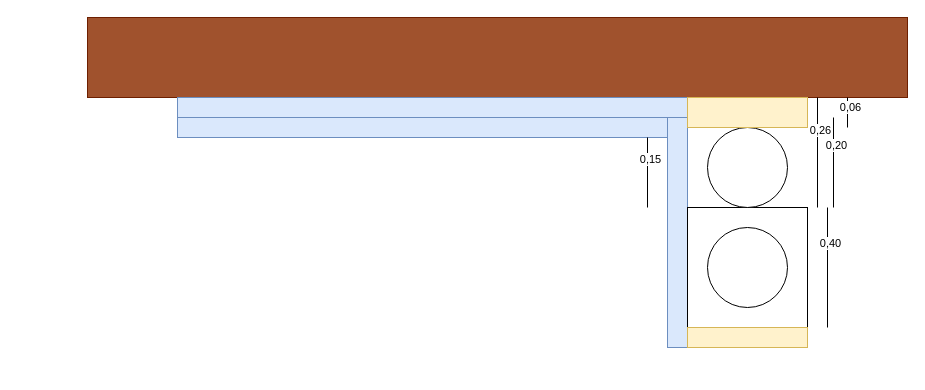
This is ofen.drawio from eddi0815/socket2, a draw.io file, before an edit. Source tidied: cells renumbered, new cells numbered last; positions are measured from the earlier drawing's top-left corner, leaving out a move shared by most shapes. Both pictures are drawn from the tidied source at 100%, with x=0, y=0 at pixel (87, 17).
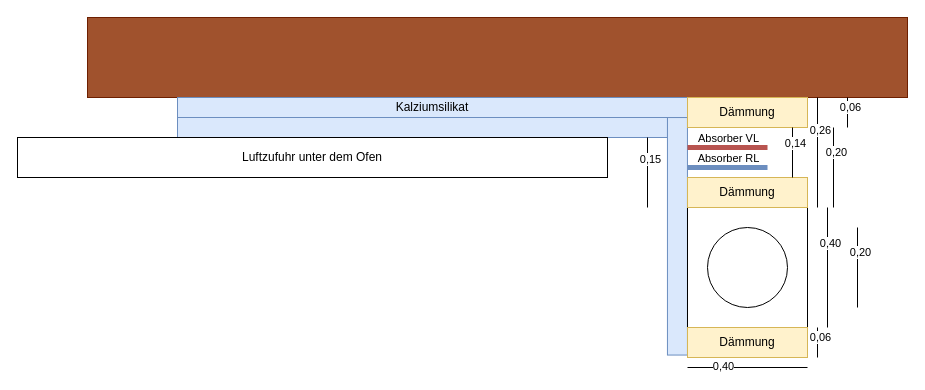
The same page after the edit.

Diff of the diagram source:
```diff
@@
-    <mxCell id="3" style="rounded=0;whiteSpace=wrap;html=1;fillColor=#dae8fc;strokeColor=#6c8ebf;" parent="1" vertex="1">
+    <mxCell id="3" value="Kalziumsilikat" style="rounded=0;whiteSpace=wrap;html=1;fillColor=#dae8fc;strokeColor=#6c8ebf;" parent="1" vertex="1">
       <mxGeometry x="90" y="80" width="510" height="20" as="geometry" />
     </mxCell>
@@
     <mxCell id="5" style="rounded=0;whiteSpace=wrap;html=1;rotation=-90;fillColor=#dae8fc;strokeColor=#6c8ebf;" parent="1" vertex="1">
-      <mxGeometry x="475" y="205" width="230" height="20" as="geometry" />
+      <mxGeometry x="471.2" y="208.8" width="237.5" height="20" as="geometry" />
     </mxCell>
@@
-    <mxCell id="7" style="ellipse;whiteSpace=wrap;html=1;" parent="1" vertex="1">
-      <mxGeometry x="620" y="110" width="80" height="80" as="geometry" />
-    </mxCell>
@@
-    <mxCell id="9" style="rounded=0;whiteSpace=wrap;html=1;fillColor=#fff2cc;strokeColor=#d6b656;" parent="1" vertex="1">
+    <mxCell id="9" value="Dämmung" style="rounded=0;whiteSpace=wrap;html=1;fillColor=#fff2cc;strokeColor=#d6b656;" parent="1" vertex="1">
       <mxGeometry x="600" y="80" width="120" height="30" as="geometry" />
     </mxCell>
@@
     <mxCell id="14" style="endArrow=none;html=1;rounded=0;" parent="1" edge="1">
       <mxGeometry relative="1" as="geometry">
         <mxPoint x="746" y="190" as="sourcePoint" />
-        <mxPoint x="746" y="100" as="targetPoint" />
+        <mxPoint x="746" y="110" as="targetPoint" />
       </mxGeometry>
     </mxCell>
@@
-    <mxCell id="20" style="rounded=0;whiteSpace=wrap;html=1;fillColor=#fff2cc;strokeColor=#d6b656;" parent="1" vertex="1">
-      <mxGeometry x="600" y="310" width="120" height="20" as="geometry" />
+    <mxCell id="20" value="Dämmung" style="rounded=0;whiteSpace=wrap;html=1;fillColor=#fff2cc;strokeColor=#d6b656;" parent="1" vertex="1">
+      <mxGeometry x="600" y="310" width="120" height="30" as="geometry" />
     </mxCell>
+    <mxCell id="21" style="endArrow=none;html=1;rounded=0;" parent="1" edge="1">
+      <mxGeometry relative="1" as="geometry">
+        <mxPoint x="720" y="350" as="sourcePoint" />
+        <mxPoint x="600" y="350" as="targetPoint" />
+      </mxGeometry>
+    </mxCell>
+    <mxCell id="22" value="0,40" style="edgeLabel;html=1;align=center;verticalAlign=middle;" parent="21" vertex="1">
+      <mxGeometry x="0.41" y="-2" relative="1" as="geometry" />
+    </mxCell>
+    <mxCell id="23" style="endArrow=none;html=1;rounded=0;" parent="1" edge="1">
+      <mxGeometry relative="1" as="geometry">
+        <mxPoint x="730" y="340" as="sourcePoint" />
+        <mxPoint x="730" y="310" as="targetPoint" />
+      </mxGeometry>
+    </mxCell>
+    <mxCell id="24" value="0,06" style="edgeLabel;html=1;align=center;verticalAlign=middle;" parent="23" vertex="1">
+      <mxGeometry x="0.41" y="-2" relative="1" as="geometry" />
+    </mxCell>
+    <mxCell id="25" style="endArrow=none;html=1;rounded=0;" parent="1" edge="1">
+      <mxGeometry relative="1" as="geometry">
+        <mxPoint x="770" y="290" as="sourcePoint" />
+        <mxPoint x="770" y="210" as="targetPoint" />
+      </mxGeometry>
+    </mxCell>
+    <mxCell id="26" value="0,20" style="edgeLabel;html=1;align=center;verticalAlign=middle;" parent="25" vertex="1">
+      <mxGeometry x="0.41" y="-2" relative="1" as="geometry" />
+    </mxCell>
+    <mxCell id="27" value="Luftzufuhr unter dem Ofen" style="rounded=0;whiteSpace=wrap;html=1;" parent="1" vertex="1">
+      <mxGeometry x="-70" y="120" width="590" height="40" as="geometry" />
+    </mxCell>
+    <mxCell id="28" value="Dämmung" style="rounded=0;whiteSpace=wrap;html=1;fillColor=#fff2cc;strokeColor=#d6b656;" parent="1" vertex="1">
+      <mxGeometry x="600" y="160" width="120" height="30" as="geometry" />
+    </mxCell>
+    <mxCell id="29" style="endArrow=none;html=1;rounded=0;" parent="1" edge="1">
+      <mxGeometry relative="1" as="geometry">
+        <mxPoint x="705" y="160" as="sourcePoint" />
+        <mxPoint x="705" y="110" as="targetPoint" />
+      </mxGeometry>
+    </mxCell>
+    <mxCell id="30" value="0,14" style="edgeLabel;html=1;align=center;verticalAlign=middle;" parent="29" vertex="1">
+      <mxGeometry x="0.41" y="-2" relative="1" as="geometry" />
+    </mxCell>
+    <mxCell id="31" style="endArrow=none;html=1;rounded=0;strokeWidth=5;fillColor=#f8cecc;strokeColor=#b85450;" parent="1" edge="1">
+      <mxGeometry relative="1" as="geometry">
+        <mxPoint x="600" y="130" as="sourcePoint" />
+        <mxPoint x="680" y="130" as="targetPoint" />
+      </mxGeometry>
+    </mxCell>
+    <mxCell id="32" value="Absorber VL" style="edgeLabel;html=1;align=center;verticalAlign=middle;" parent="31" vertex="1">
+      <mxGeometry x="-0.19" y="3" relative="1" as="geometry">
+        <mxPoint x="8" y="-7" as="offset" />
+      </mxGeometry>
+    </mxCell>
+    <mxCell id="33" style="endArrow=none;html=1;rounded=0;strokeWidth=5;fillColor=#dae8fc;strokeColor=#6c8ebf;" parent="1" edge="1">
+      <mxGeometry relative="1" as="geometry">
+        <mxPoint x="600" y="150" as="sourcePoint" />
+        <mxPoint x="680" y="150" as="targetPoint" />
+      </mxGeometry>
+    </mxCell>
+    <mxCell id="34" value="Absorber RL" style="edgeLabel;html=1;align=center;verticalAlign=middle;" parent="33" vertex="1">
+      <mxGeometry x="-0.33" y="-2" relative="1" as="geometry">
+        <mxPoint x="13" y="-12" as="offset" />
+      </mxGeometry>
+    </mxCell>
```
